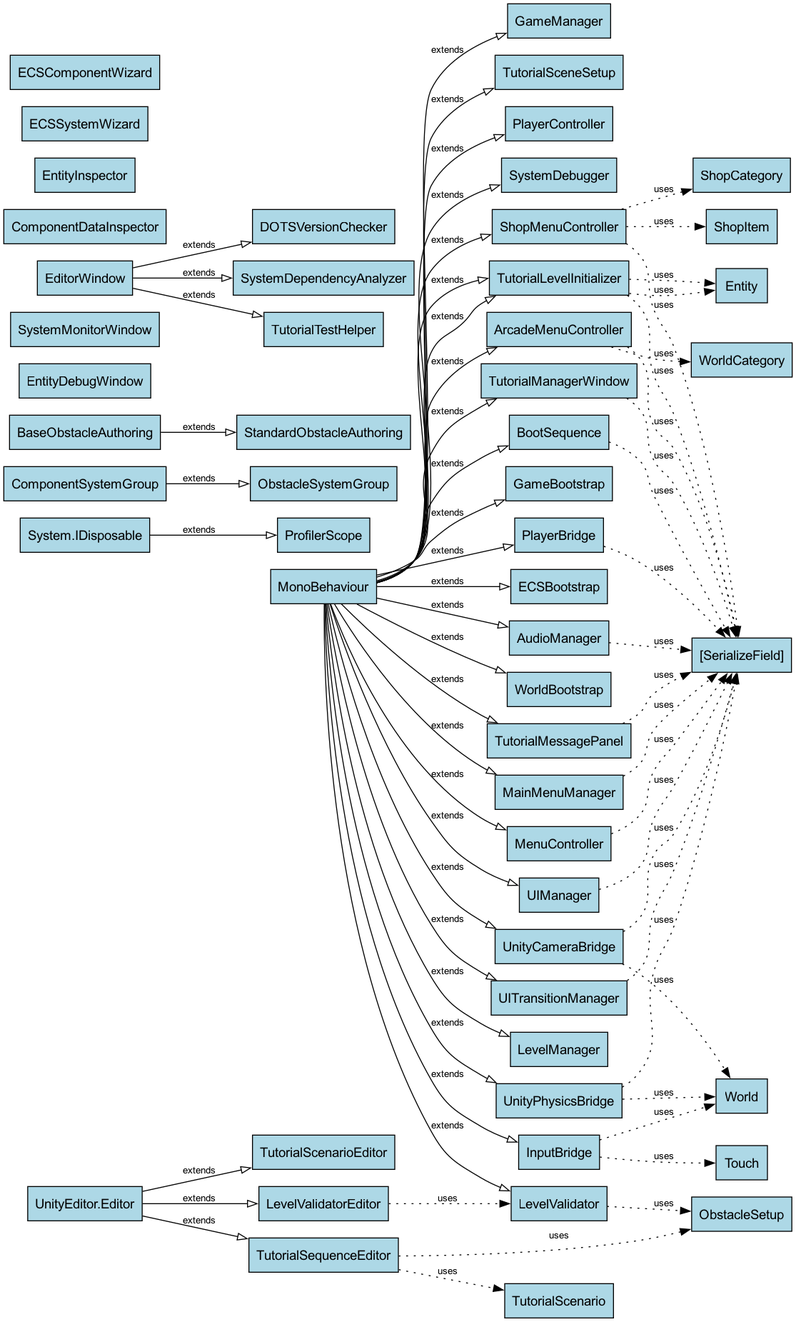
Earlier version of the Graphviz export Documentation/class_dependencies.png (gianlucaricaldone/RunawayHeroes). Its source is kept beside it as Documentation/class_dependencies.dot.
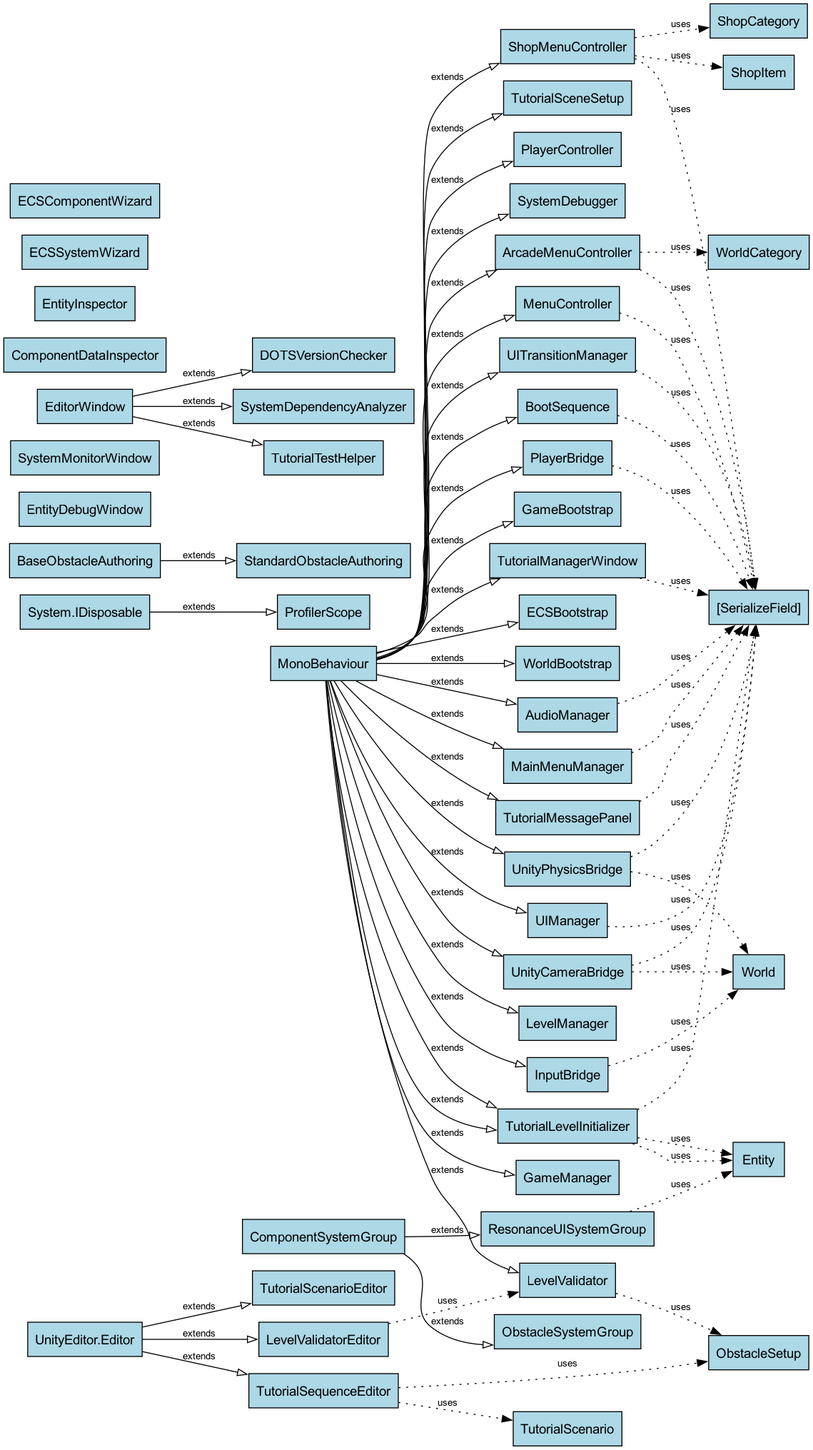
After the change.

Diff of the diagram source:
```diff
@@ -43,7 +43,6 @@
   "UnityPhysicsBridge" -> "[SerializeField]" [style=dotted, label="uses"];
   "InputBridge" [tooltip="File: InputBridge.cs"];
   "MonoBehaviour" -> "InputBridge" [arrowhead=empty, style=solid, label="extends"];
-  "InputBridge" -> "Touch" [style=dotted, label="uses"];
   "InputBridge" -> "World" [style=dotted, label="uses"];
   "PlayerBridge" [tooltip="File: PlayerBridge.cs"];
   "MonoBehaviour" -> "PlayerBridge" [arrowhead=empty, style=solid, label="extends"];
@@ -76,6 +75,9 @@
   "MonoBehaviour" -> "PlayerController" [arrowhead=empty, style=solid, label="extends"];
   "ProfilerScope" [tooltip="File: SystemUtilities.cs"];
   "System.IDisposable" -> "ProfilerScope" [arrowhead=empty, style=solid, label="extends"];
+  "ResonanceUISystemGroup" [tooltip="File: ResonanceUISystem.cs"];
+  "ComponentSystemGroup" -> "ResonanceUISystemGroup" [arrowhead=empty, style=solid, label="extends"];
+  "ResonanceUISystemGroup" -> "Entity" [style=dotted, label="uses"];
   "ObstacleSystemGroup" [tooltip="File: ObstacleSystemGroup.cs"];
   "ComponentSystemGroup" -> "ObstacleSystemGroup" [arrowhead=empty, style=solid, label="extends"];
   "StandardObstacleAuthoring" [tooltip="File: ObstacleAuthoringComponents.cs"];
```
